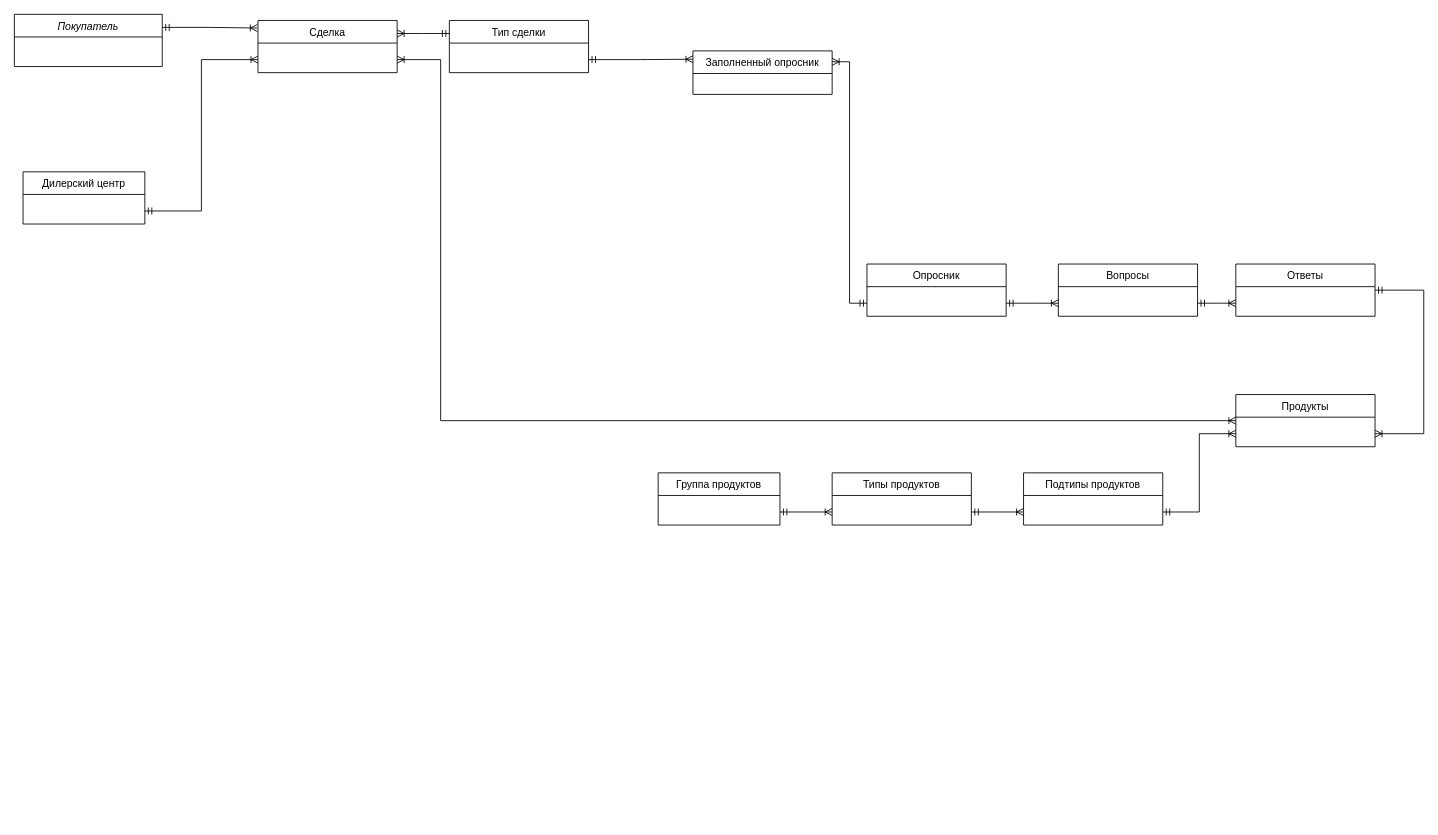
Kkorolyok/Diagrams keeps this draw.io diagram as Диаграмма меню.drawio. Above is the earlier version. Source tidied: cells renumbered, new cells numbered last; positions are measured from the earlier drawing's top-left corner, leaving out a move shared by most shapes. Both pictures are drawn from the tidied source at 87%, with x=0, y=0 at pixel (14, 14).
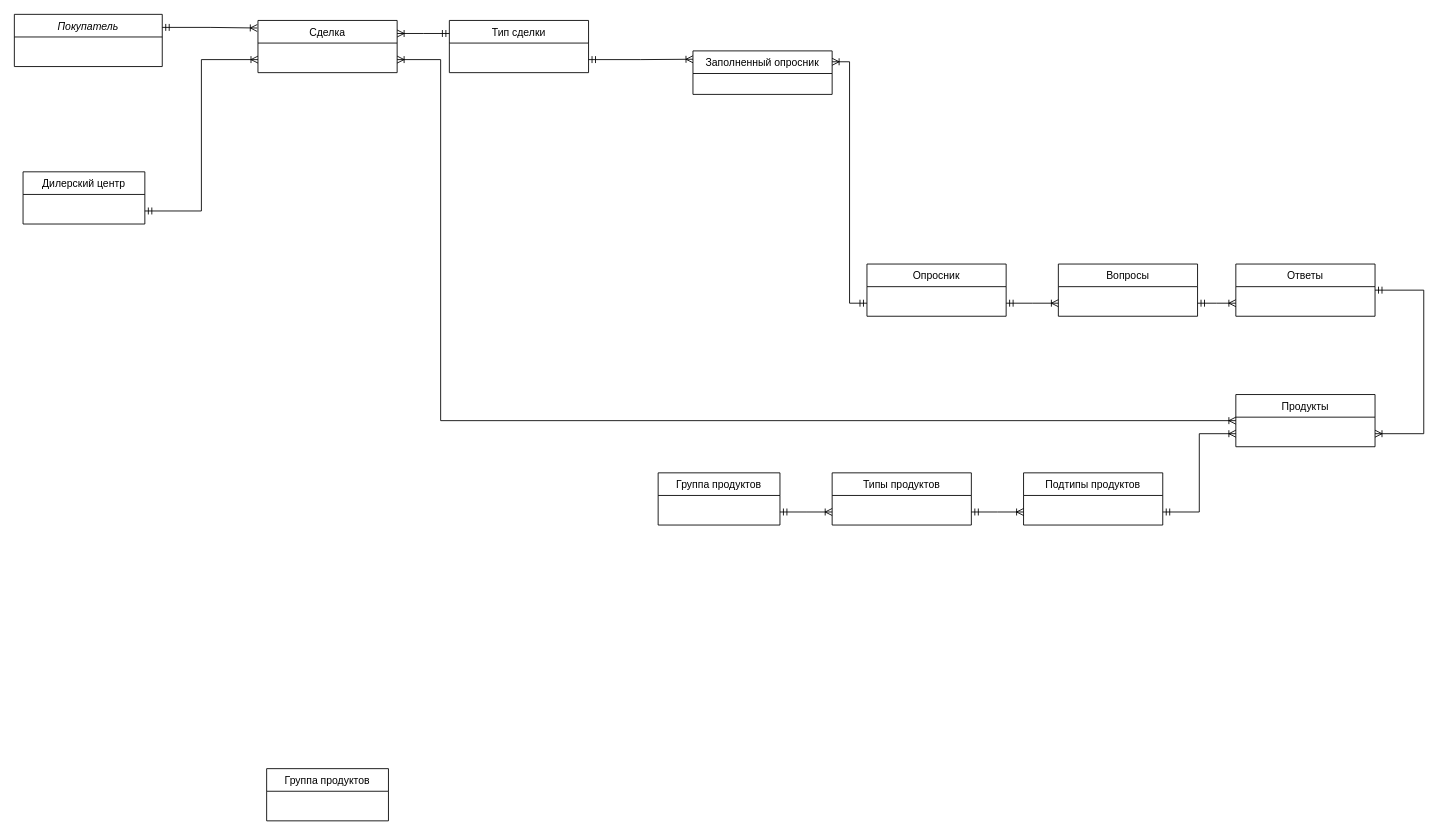
Above is the later version.

Diff of the diagram source:
```diff
@@
+    <mxCell id="26" value="Группа продуктов" style="swimlane;fontStyle=0;align=center;verticalAlign=top;horizontal=1;startSize=26;rounded=0;shadow=0;strokeWidth=1;" parent="1" vertex="1">
+      <mxGeometry x="290" y="867" width="140" height="60" as="geometry" />
+    </mxCell>
```
